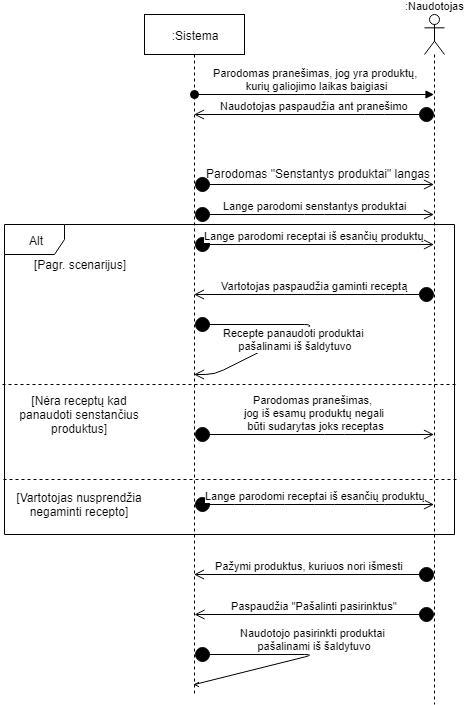
This is Nuotraukos/SEQ1.png from Tristanas/PSI2-Food-Bee-Inc, a draw.io export, as it was before one commit. Source tidied: cells renumbered, new cells last; positions are measured from the earlier drawing's top-left corner, leaving out a move shared by most shapes. Source of this version:
```xml
<mxGraphModel>
  <root>
    <mxCell id="0" />
    <mxCell id="1" parent="0" />
    <mxCell id="2" value=":Sistema&lt;br&gt;" style="shape=umlLifeline;perimeter=lifelinePerimeter;whiteSpace=wrap;html=1;outlineConnect=0;" parent="1" vertex="1">
      <mxGeometry x="143" width="100" height="680" as="geometry" />
    </mxCell>
    <mxCell id="3" value="Lange parodomi senstantys produktai&lt;br&gt;" style="html=1;verticalAlign=bottom;startArrow=circle;startFill=1;endArrow=open;startSize=6;endSize=8;" parent="2" edge="1" target="5">
      <mxGeometry relative="1" as="geometry">
        <mxPoint x="50" y="200" as="sourcePoint" />
        <Array as="points">
          <mxPoint x="170" y="200" />
        </Array>
      </mxGeometry>
    </mxCell>
    <mxCell id="4" value="Naudotojo pasirinkti produktai&lt;br&gt;&amp;nbsp;pašalinami iš šaldytuvo" style="html=1;verticalAlign=bottom;startArrow=circle;startFill=1;endArrow=open;startSize=6;endSize=8;" parent="2" edge="1" target="2">
      <mxGeometry relative="1" as="geometry">
        <mxPoint x="50" y="640" as="sourcePoint" />
        <Array as="points">
          <mxPoint x="170" y="640" />
          <mxPoint x="50" y="670" />
        </Array>
      </mxGeometry>
    </mxCell>
    <mxCell id="5" style="shape=umlLifeline;participant=umlActor;perimeter=lifelinePerimeter;whiteSpace=wrap;html=1;verticalAlign=top;spacingTop=36;labelBackgroundColor=#ffffff;outlineConnect=0;" parent="1" vertex="1">
      <mxGeometry x="423" width="20" height="690" as="geometry" />
    </mxCell>
    <mxCell id="6" value="Paspaudžia &quot;Pašalinti&amp;nbsp;pasirinktus&quot;" style="html=1;verticalAlign=bottom;startArrow=circle;startFill=1;endArrow=open;startSize=6;endSize=8;" parent="5" edge="1">
      <mxGeometry relative="1" as="geometry">
        <mxPoint x="10" y="600" as="sourcePoint" />
        <mxPoint x="-230" y="600" as="targetPoint" />
      </mxGeometry>
    </mxCell>
    <mxCell id="7" value="Parodomas pranešimas, jog yra produktų,&lt;br&gt;&amp;nbsp;kurių galiojimo laikas baigiasi" style="html=1;verticalAlign=bottom;startArrow=oval;endArrow=block;startSize=8;" parent="1" edge="1" source="2" target="5">
      <mxGeometry relative="1" as="geometry">
        <Array as="points">
          <mxPoint x="313" y="80" />
        </Array>
      </mxGeometry>
    </mxCell>
    <mxCell id="8" value="Naudotojas paspaudžia ant pranešimo&lt;br&gt;" style="html=1;verticalAlign=bottom;startArrow=circle;startFill=1;endArrow=open;startSize=6;endSize=8;" parent="1" edge="1" source="5" target="2">
      <mxGeometry relative="1" as="geometry">
        <Array as="points">
          <mxPoint x="373" y="100" />
        </Array>
      </mxGeometry>
    </mxCell>
    <mxCell id="9" value=":Naudotojas" style="html=1;verticalAlign=bottom;startArrow=circle;startFill=1;endArrow=open;startSize=6;endSize=8;" parent="1" edge="1" target="5">
      <mxGeometry x="1" y="170" relative="1" as="geometry">
        <mxPoint x="193" y="170" as="sourcePoint" />
      </mxGeometry>
    </mxCell>
    <mxCell id="10" value="Parodomas &quot;Senstantys produktai&quot; langas&lt;br&gt;&lt;br&gt;" style="text;html=1;align=left;verticalAlign=top;spacingTop=-4;" parent="1" vertex="1">
      <mxGeometry x="203" y="150" width="240" height="30" as="geometry" />
    </mxCell>
    <mxCell id="11" value="Lange parodomi receptai iš esančių produktų&lt;br&gt;" style="html=1;verticalAlign=bottom;startArrow=circle;startFill=1;endArrow=open;startSize=6;endSize=8;" parent="1" edge="1" source="2" target="5">
      <mxGeometry relative="1" as="geometry">
        <Array as="points">
          <mxPoint x="353" y="230" />
        </Array>
      </mxGeometry>
    </mxCell>
    <mxCell id="12" value="Alt&lt;br&gt;" style="shape=umlFrame;whiteSpace=wrap;html=1;" parent="1" vertex="1">
      <mxGeometry x="3" y="210" width="450" height="310" as="geometry" />
    </mxCell>
    <mxCell id="13" value="Vartotojas paspaudžia gaminti receptą" style="html=1;verticalAlign=bottom;startArrow=circle;startFill=1;endArrow=open;startSize=6;endSize=8;" parent="1" edge="1" source="5" target="2">
      <mxGeometry relative="1" as="geometry">
        <Array as="points">
          <mxPoint x="393" y="280" />
          <mxPoint x="293" y="280" />
        </Array>
      </mxGeometry>
    </mxCell>
    <mxCell id="14" value="Recepte panaudoti produktai&lt;br&gt;&amp;nbsp;pašalinami iš šaldytuvo&lt;br&gt;" style="html=1;verticalAlign=bottom;startArrow=circle;startFill=1;endArrow=open;startSize=6;endSize=8;" parent="1" edge="1" source="2" target="2">
      <mxGeometry x="-0.21" y="-30" relative="1" as="geometry">
        <Array as="points">
          <mxPoint x="313" y="310" />
          <mxPoint x="213" y="360" />
        </Array>
      </mxGeometry>
    </mxCell>
    <mxCell id="15" value="[Pagr. scenarijus]" style="text;html=1;strokeColor=none;fillColor=none;align=center;verticalAlign=middle;whiteSpace=wrap;rounded=0;" parent="1" vertex="1">
      <mxGeometry x="23" y="240" width="110" height="20" as="geometry" />
    </mxCell>
    <mxCell id="16" style="endArrow=none;dashed=1;html=1;" parent="1" edge="1">
      <mxGeometry relative="1" as="geometry">
        <mxPoint x="454" y="370" as="sourcePoint" />
        <mxPoint y="370" as="targetPoint" />
        <Array as="points">
          <mxPoint x="213" y="370" />
        </Array>
      </mxGeometry>
    </mxCell>
    <mxCell id="17" value="[Nėra receptų kad panaudoti senstančius produktus]" style="text;html=1;strokeColor=none;fillColor=none;align=center;verticalAlign=middle;whiteSpace=wrap;rounded=0;" parent="1" vertex="1">
      <mxGeometry x="13" y="375" width="130" height="50" as="geometry" />
    </mxCell>
    <mxCell id="18" value="Parodomas pranešimas, &lt;br&gt;jog iš esamų produktų negali&lt;br&gt;&amp;nbsp;būti sudarytas joks receptas" style="html=1;verticalAlign=bottom;startArrow=circle;startFill=1;endArrow=open;startSize=6;endSize=8;" parent="1" edge="1" source="2" target="5">
      <mxGeometry relative="1" as="geometry">
        <Array as="points">
          <mxPoint x="333" y="420" />
        </Array>
      </mxGeometry>
    </mxCell>
    <mxCell id="19" value="Lange parodomi receptai iš esančių produktų&lt;br&gt;" style="html=1;verticalAlign=bottom;startArrow=circle;startFill=1;endArrow=open;startSize=6;endSize=8;" parent="1" edge="1" source="2" target="5">
      <mxGeometry relative="1" as="geometry">
        <Array as="points">
          <mxPoint x="243" y="490" />
          <mxPoint x="273" y="490" />
          <mxPoint x="323" y="490" />
          <mxPoint x="373" y="490" />
        </Array>
      </mxGeometry>
    </mxCell>
    <mxCell id="20" value="Pažymi produktus, kuriuos nori išmesti&lt;br&gt;" style="html=1;verticalAlign=bottom;startArrow=circle;startFill=1;endArrow=open;startSize=6;endSize=8;" parent="1" edge="1" target="2">
      <mxGeometry x="0.04" relative="1" as="geometry">
        <mxPoint x="433" y="560" as="sourcePoint" />
      </mxGeometry>
    </mxCell>
    <mxCell id="21" style="endArrow=none;dashed=1;html=1;entryX=-0.009;entryY=0.823;entryDx=0;entryDy=0;entryPerimeter=0;" parent="1" edge="1" target="12">
      <mxGeometry relative="1" as="geometry">
        <mxPoint x="455" y="465" as="sourcePoint" />
      </mxGeometry>
    </mxCell>
    <mxCell id="22" value="[Vartotojas nusprendžia negaminti recepto]" style="text;html=1;strokeColor=none;fillColor=none;align=center;verticalAlign=middle;whiteSpace=wrap;rounded=0;" parent="1" vertex="1">
      <mxGeometry x="13" y="470" width="130" height="40" as="geometry" />
    </mxCell>
  </root>
</mxGraphModel>
```
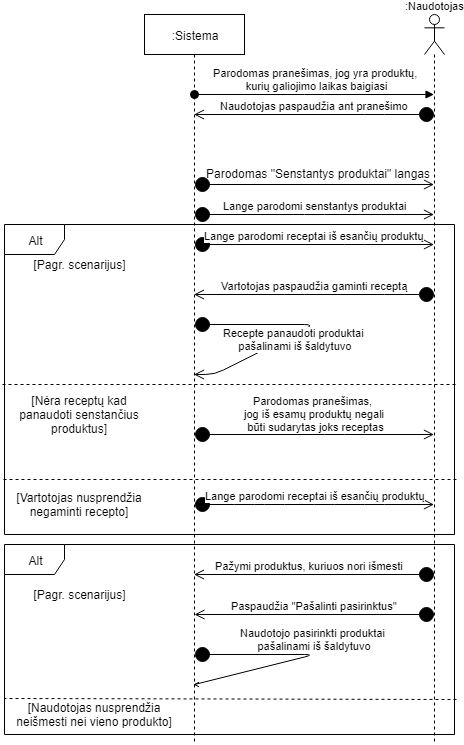
After the commit.

Diff of the diagram source:
```diff
@@ -3,7 +3,7 @@
     <mxCell id="0" />
     <mxCell id="1" parent="0" />
     <mxCell id="2" value=":Sistema&lt;br&gt;" style="shape=umlLifeline;perimeter=lifelinePerimeter;whiteSpace=wrap;html=1;outlineConnect=0;" parent="1" vertex="1">
-      <mxGeometry x="143" width="100" height="680" as="geometry" />
+      <mxGeometry x="143" width="100" height="730" as="geometry" />
     </mxCell>
     <mxCell id="3" value="Lange parodomi senstantys produktai&lt;br&gt;" style="html=1;verticalAlign=bottom;startArrow=circle;startFill=1;endArrow=open;startSize=6;endSize=8;" parent="2" edge="1" target="5">
       <mxGeometry relative="1" as="geometry">
@@ -23,7 +23,7 @@
       </mxGeometry>
     </mxCell>
     <mxCell id="5" style="shape=umlLifeline;participant=umlActor;perimeter=lifelinePerimeter;whiteSpace=wrap;html=1;verticalAlign=top;spacingTop=36;labelBackgroundColor=#ffffff;outlineConnect=0;" parent="1" vertex="1">
-      <mxGeometry x="423" width="20" height="690" as="geometry" />
+      <mxGeometry x="423" width="20" height="730" as="geometry" />
     </mxCell>
     <mxCell id="6" value="Paspaudžia &quot;Pašalinti&amp;nbsp;pasirinktus&quot;" style="html=1;verticalAlign=bottom;startArrow=circle;startFill=1;endArrow=open;startSize=6;endSize=8;" parent="5" edge="1">
       <mxGeometry relative="1" as="geometry">
@@ -124,5 +124,17 @@
     <mxCell id="22" value="[Vartotojas nusprendžia negaminti recepto]" style="text;html=1;strokeColor=none;fillColor=none;align=center;verticalAlign=middle;whiteSpace=wrap;rounded=0;" parent="1" vertex="1">
       <mxGeometry x="13" y="470" width="130" height="40" as="geometry" />
     </mxCell>
+    <mxCell id="23" value="Alt" style="shape=umlFrame;whiteSpace=wrap;html=1;" parent="1" vertex="1">
+      <mxGeometry x="3" y="530" width="450" height="190" as="geometry" />
+    </mxCell>
+    <mxCell id="24" value="[Pagr. scenarijus]" style="text;html=1;strokeColor=none;fillColor=none;align=center;verticalAlign=middle;whiteSpace=wrap;rounded=0;" parent="1" vertex="1">
+      <mxGeometry x="23" y="570" width="110" height="20" as="geometry" />
+    </mxCell>
+    <mxCell id="25" style="endArrow=none;dashed=1;html=1;entryX=-0.001;entryY=0.809;entryDx=0;entryDy=0;entryPerimeter=0;exitX=1.005;exitY=0.814;exitDx=0;exitDy=0;exitPerimeter=0;" parent="1" edge="1" source="23" target="23">
+      <mxGeometry relative="1" as="geometry" />
+    </mxCell>
+    <mxCell id="26" value="[Naudotojas nusprendžia neišmesti nei vieno produkto]" style="text;html=1;strokeColor=none;fillColor=none;align=center;verticalAlign=middle;whiteSpace=wrap;rounded=0;" parent="1" vertex="1">
+      <mxGeometry x="13" y="690" width="160" height="20" as="geometry" />
+    </mxCell>
   </root>
 </mxGraphModel>
```
